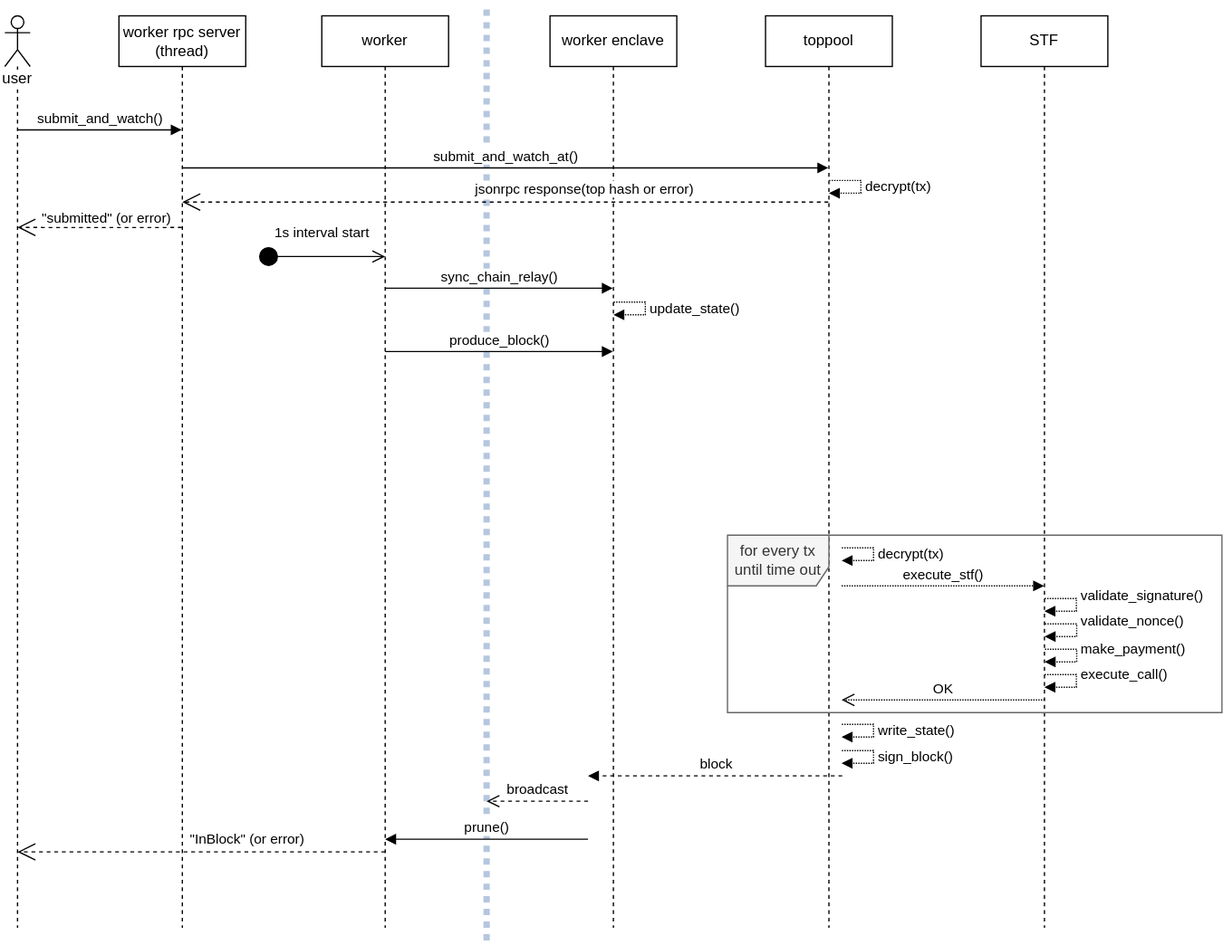
Earlier version of the draw.io export sidechain-sequence.svg (haerdib/substraTEE_diagramms). Source tidied: cells renumbered, new cells last; positions are measured from the earlier drawing's top-left corner, leaving out a move shared by most shapes.
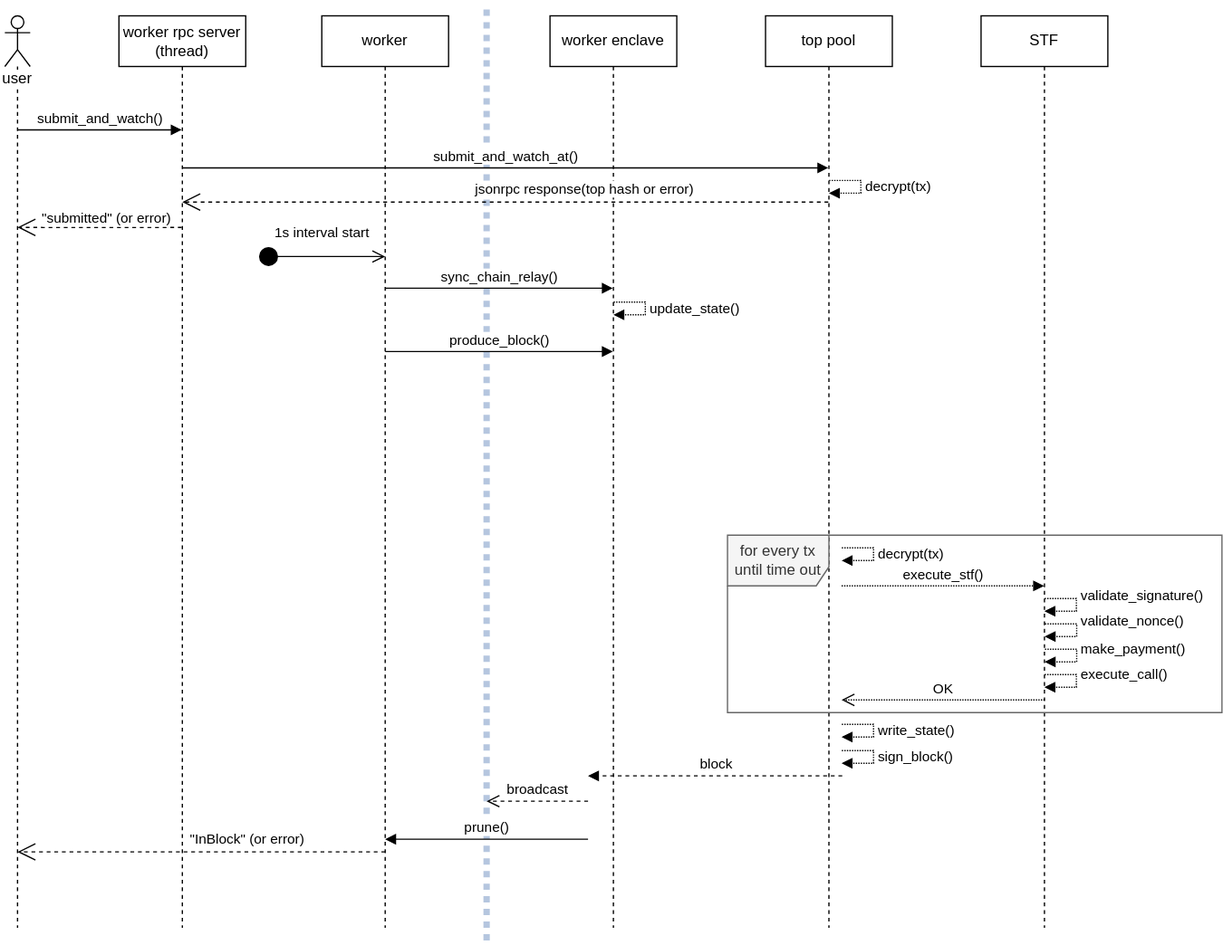
Above is the later version.

The edit, as a diff of the source:
```diff
@@ -17,7 +17,7 @@
         <mxPoint x="559.5" y="120" as="targetPoint" />
       </mxGeometry>
     </mxCell>
-    <mxCell id="5" value="toppool" style="shape=umlLifeline;perimeter=lifelinePerimeter;whiteSpace=wrap;html=1;" parent="1" vertex="1">
+    <mxCell id="5" value="top pool" style="shape=umlLifeline;perimeter=lifelinePerimeter;whiteSpace=wrap;html=1;" parent="1" vertex="1">
       <mxGeometry x="600" y="10" width="100" height="720" as="geometry" />
     </mxCell>
     <mxCell id="6" value="worker enclave" style="shape=umlLifeline;perimeter=lifelinePerimeter;whiteSpace=wrap;html=1;" parent="1" vertex="1">
```
